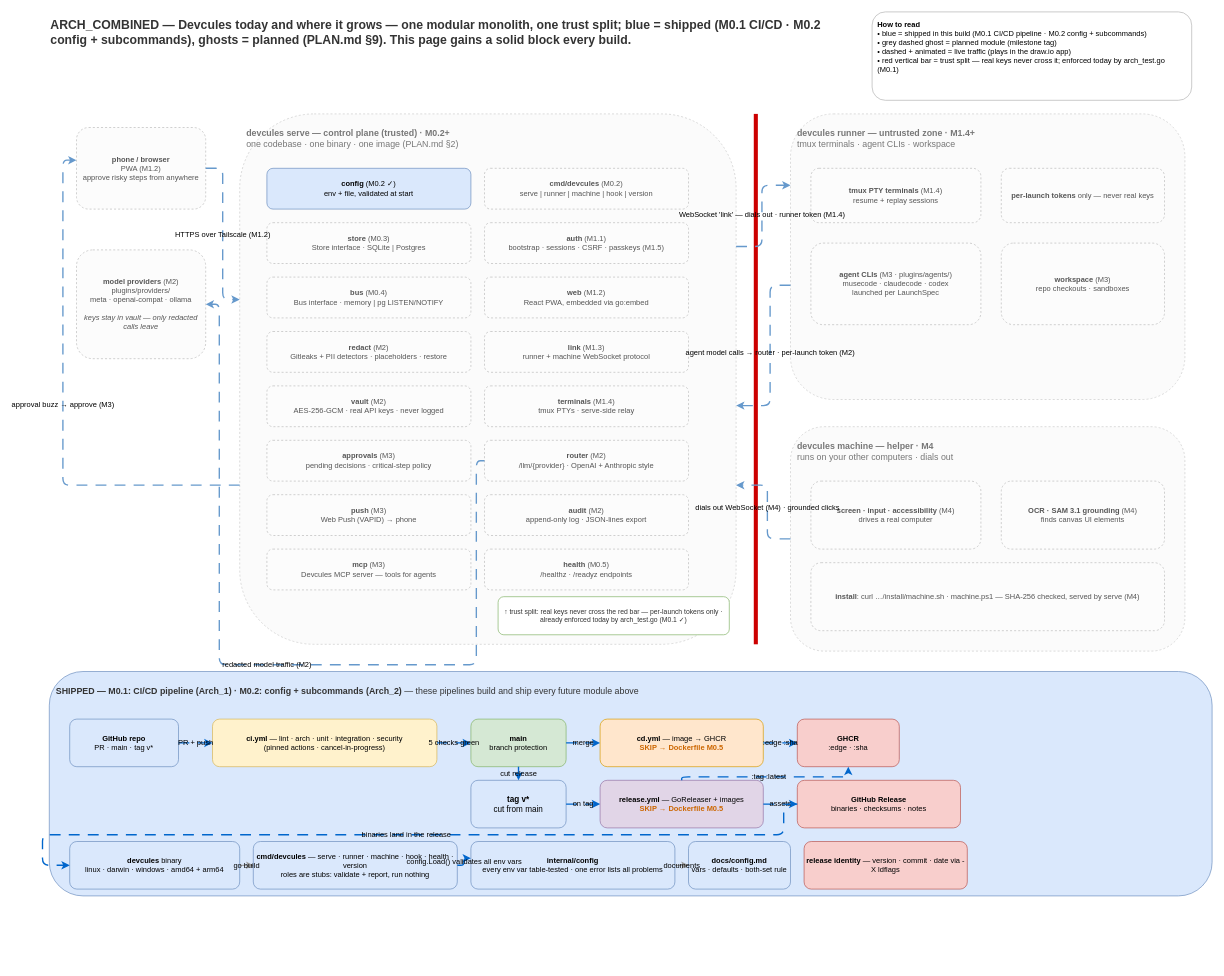
Above: page "Arch_Combined" (4 of 4) of docs/diagrams/devcules-architecture.drawio in devcules/devcules (draw.io), before the change. Source tidied: cells renumbered, new cells numbered last; positions are measured from the earlier drawing's top-left corner, leaving out a move shared by most shapes. Both pictures are drawn from the tidied source at 68%, with x=0, y=0 at pixel (42, 12).
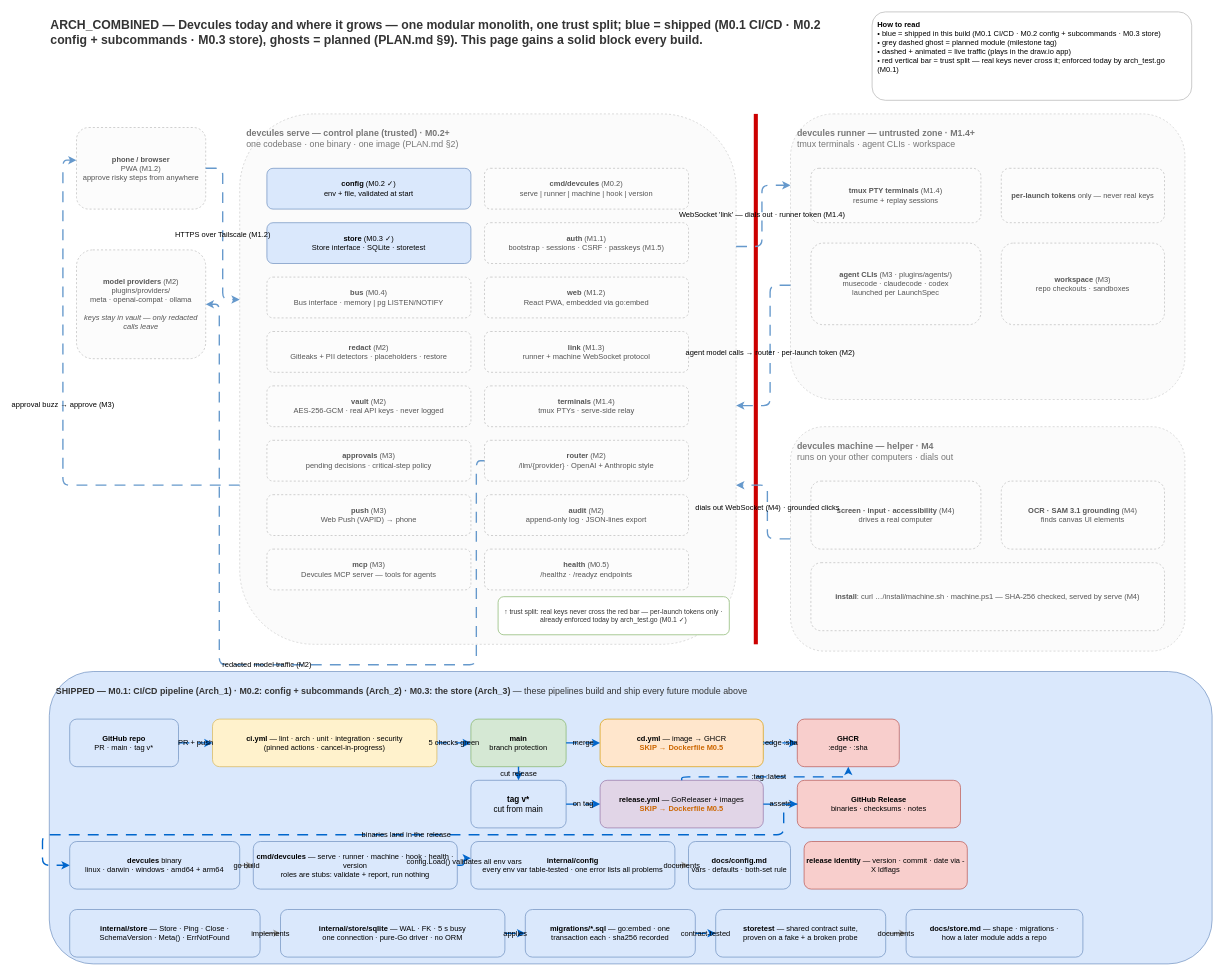
The same diagram, later.

The edit, as a diff of the source:
```diff
@@
-    <mxCell id="2" value="ARCH_COMBINED — Devcules today and where it grows — one modular monolith, one trust split; blue = shipped (M0.1 CI/CD · M0.2 config + subcommands), ghosts = planned (PLAN.md §9). This page gains a solid block every build." style="text;html=1;strokeColor=none;fillColor=none;align=left;verticalAlign=middle;whiteSpace=wrap;fontSize=18;fontStyle=1;fontColor=#333333;" parent="1" vertex="1">
+    <mxCell id="2" value="ARCH_COMBINED — Devcules today and where it grows — one modular monolith, one trust split; blue = shipped (M0.1 CI/CD · M0.2 config + subcommands · M0.3 store), ghosts = planned (PLAN.md §9). This page gains a solid block every build." style="text;html=1;strokeColor=none;fillColor=none;align=left;verticalAlign=middle;whiteSpace=wrap;fontSize=18;fontStyle=1;fontColor=#333333;" parent="1" vertex="1">
       <mxGeometry x="10" width="1150" height="60" as="geometry" />
     </mxCell>
-    <mxCell id="3" value="&lt;b&gt;How to read&lt;/b&gt;&lt;br&gt;• blue = shipped in this build (M0.1 CI/CD pipeline · M0.2 config + subcommands)&lt;br&gt;• grey dashed ghost = planned module (milestone tag)&lt;br&gt;• dashed + animated = live traffic (plays in the draw.io app)&lt;br&gt;• red vertical bar = trust split — real keys never cross it; enforced today by arch_test.go (M0.1)" style="rounded=1;whiteSpace=wrap;html=1;fillColor=#FFFFFF;strokeColor=#B3B3B3;fontSize=11;align=left;verticalAlign=top;spacing=8;" parent="1" vertex="1">
+    <mxCell id="3" value="&lt;b&gt;How to read&lt;/b&gt;&lt;br&gt;• blue = shipped in this build (M0.1 CI/CD · M0.2 config + subcommands · M0.3 store)&lt;br&gt;• grey dashed ghost = planned module (milestone tag)&lt;br&gt;• dashed + animated = live traffic (plays in the draw.io app)&lt;br&gt;• red vertical bar = trust split — real keys never cross it; enforced today by arch_test.go (M0.1)" style="rounded=1;whiteSpace=wrap;html=1;fillColor=#FFFFFF;strokeColor=#B3B3B3;fontSize=11;align=left;verticalAlign=top;spacing=8;" parent="1" vertex="1">
       <mxGeometry x="1220" width="470" height="130" as="geometry" />
     </mxCell>
@@
-    <mxCell id="8" value="&lt;b&gt;store&lt;/b&gt; (M0.3)&lt;br&gt;Store interface · SQLite | Postgres" style="rounded=1;whiteSpace=wrap;html=1;fillColor=#FCFCFC;strokeColor=#BBBBBB;dashed=1;fontColor=#555555;fontSize=11;" parent="1" vertex="1">
+    <mxCell id="8" value="&lt;b&gt;store&lt;/b&gt; (M0.3 ✓)&lt;br&gt;Store interface · SQLite · storetest" style="rounded=1;whiteSpace=wrap;html=1;fillColor=#DAE8FC;strokeColor=#6C8EBF;fontSize=11;" parent="1" vertex="1">
       <mxGeometry x="330" y="310" width="300" height="60" as="geometry" />
     </mxCell>
@@
-    <mxCell id="34" value="&lt;b&gt;SHIPPED — M0.1: CI/CD pipeline (Arch_1) · M0.2: config + subcommands (Arch_2)&lt;/b&gt; — these pipelines build and ship every future module above" style="rounded=1;whiteSpace=wrap;html=1;verticalAlign=top;align=left;spacing=10;spacingTop=6;fillColor=#DAE8FC;strokeColor=#6C8EBF;fontSize=13;fontColor=#333333;" parent="1" vertex="1">
-      <mxGeometry x="10" y="970" width="1710" height="330" as="geometry" />
+    <mxCell id="34" value="&lt;b&gt;SHIPPED — M0.1: CI/CD pipeline (Arch_1) · M0.2: config + subcommands (Arch_2) · M0.3: the store (Arch_3)&lt;/b&gt; — these pipelines build and ship every future module above" style="rounded=1;whiteSpace=wrap;html=1;verticalAlign=top;align=left;spacing=10;spacingTop=6;fillColor=#DAE8FC;strokeColor=#6C8EBF;fontSize=13;fontColor=#333333;" parent="1" vertex="1">
+      <mxGeometry x="10" y="970" width="1710" height="430" as="geometry" />
     </mxCell>
@@
+    <mxCell id="66" value="&lt;b&gt;internal/store&lt;/b&gt; — Store · Ping · Close ·&lt;br&gt;SchemaVersion · Meta() · ErrNotFound" style="rounded=1;whiteSpace=wrap;html=1;fillColor=#DAE8FC;strokeColor=#6C8EBF;fontSize=11;" parent="1" vertex="1">
+      <mxGeometry x="40" y="1320" width="280" height="70" as="geometry" />
+    </mxCell>
+    <mxCell id="67" value="&lt;b&gt;internal/store/sqlite&lt;/b&gt; — WAL · FK · 5 s busy&lt;br&gt;one connection · pure-Go driver · no ORM" style="rounded=1;whiteSpace=wrap;html=1;fillColor=#DAE8FC;strokeColor=#6C8EBF;fontSize=11;" parent="1" vertex="1">
+      <mxGeometry x="350" y="1320" width="330" height="70" as="geometry" />
+    </mxCell>
+    <mxCell id="68" value="&lt;b&gt;migrations/*.sql&lt;/b&gt; — go:embed · one&lt;br&gt;transaction each · sha256 recorded" style="rounded=1;whiteSpace=wrap;html=1;fillColor=#DAE8FC;strokeColor=#6C8EBF;fontSize=11;" parent="1" vertex="1">
+      <mxGeometry x="710" y="1320" width="250" height="70" as="geometry" />
+    </mxCell>
+    <mxCell id="69" value="&lt;b&gt;storetest&lt;/b&gt; — shared contract suite,&lt;br&gt;proven on a fake + a broken probe" style="rounded=1;whiteSpace=wrap;html=1;fillColor=#DAE8FC;strokeColor=#6C8EBF;fontSize=11;" parent="1" vertex="1">
+      <mxGeometry x="990" y="1320" width="250" height="70" as="geometry" />
+    </mxCell>
+    <mxCell id="70" value="&lt;b&gt;docs/store.md&lt;/b&gt; — shape · migrations ·&lt;br&gt;how a later module adds a repo" style="rounded=1;whiteSpace=wrap;html=1;fillColor=#DAE8FC;strokeColor=#6C8EBF;fontSize=11;" parent="1" vertex="1">
+      <mxGeometry x="1270" y="1320" width="260" height="70" as="geometry" />
+    </mxCell>
+    <mxCell id="71" value="implements" style="edgeStyle=orthogonalEdgeStyle;rounded=1;html=1;strokeColor=#999999;strokeWidth=1.5;fontSize=11;labelBackgroundColor=#FFFFFFexitX=1;exitY=0.5;exitDx=0;exitDy=0;entryX=0;entryY=0.5;entryDx=0;entryDy=0;" parent="1" edge="1" source="66" target="67">
+      <mxGeometry relative="1" as="geometry" />
+    </mxCell>
+    <mxCell id="72" value="applies" style="edgeStyle=orthogonalEdgeStyle;rounded=1;html=1;strokeColor=#0066CC;strokeWidth=2;dashed=1;dashPattern=8 6;animated=1;fontSize=11;labelBackgroundColor=#FFFFFFexitX=1;exitY=0.5;exitDx=0;exitDy=0;entryX=0;entryY=0.5;entryDx=0;entryDy=0;" parent="1" edge="1" source="67" target="68">
+      <mxGeometry relative="1" as="geometry" />
+    </mxCell>
+    <mxCell id="73" value="contract-tested" style="edgeStyle=orthogonalEdgeStyle;rounded=1;html=1;strokeColor=#0066CC;strokeWidth=2;dashed=1;dashPattern=8 6;animated=1;fontSize=11;labelBackgroundColor=#FFFFFFexitX=1;exitY=0.5;exitDx=0;exitDy=0;entryX=0;entryY=0.5;entryDx=0;entryDy=0;" parent="1" edge="1" source="68" target="69">
+      <mxGeometry relative="1" as="geometry" />
+    </mxCell>
+    <mxCell id="74" value="documents" style="edgeStyle=orthogonalEdgeStyle;rounded=1;html=1;strokeColor=#999999;strokeWidth=1.5;fontSize=11;labelBackgroundColor=#FFFFFFexitX=1;exitY=0.5;exitDx=0;exitDy=0;entryX=0;entryY=0.5;entryDx=0;entryDy=0;" parent="1" edge="1" source="69" target="70">
+      <mxGeometry relative="1" as="geometry" />
+    </mxCell>
```
